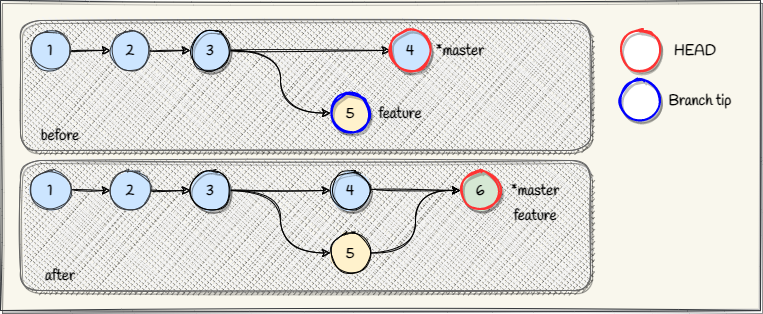
Earlier version of the draw.io export Assets/images/git-merge-concept.png (braboj/tutorial-git). Source tidied: cells renumbered, new cells last; positions are measured from the earlier drawing's top-left corner, leaving out a move shared by most shapes.
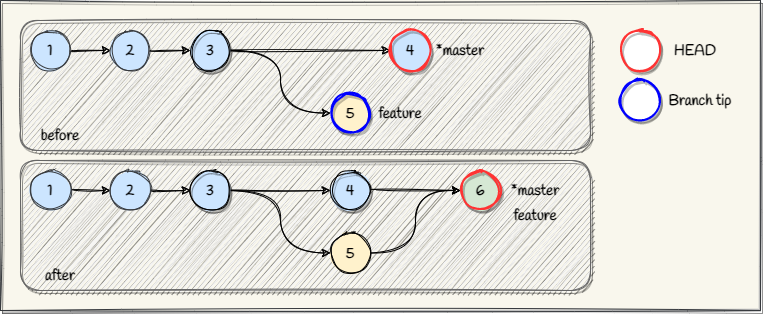
The same diagram one commit later.

Diff of the diagram source:
```diff
@@ -5,7 +5,7 @@
     <mxCell id="2" style="rounded=0;whiteSpace=wrap;html=1;sketch=1;fillStyle=solid;fontFamily=Lucida Console;strokeColor=#36393d;fillColor=#f9f7ed;shadow=1;" parent="1" vertex="1">
       <mxGeometry width="760" height="310" as="geometry" />
     </mxCell>
-    <mxCell id="3" style="rounded=1;whiteSpace=wrap;html=1;sketch=1;fillStyle=cross-hatch;fillColor=#f5f5f5;strokeColor=#666666;shadow=1;fontFamily=Handlee;fontSource=https%3A%2F%2Ffonts.googleapis.com%2Fcss%3Ffamily%3DHandlee;fontSize=15;fontStyle=1;fontColor=#333333;" parent="1" vertex="1">
+    <mxCell id="3" style="rounded=1;whiteSpace=wrap;html=1;sketch=1;fillStyle=hachure;fillColor=#f5f5f5;strokeColor=#666666;shadow=1;fontFamily=Handlee;fontSource=https%3A%2F%2Ffonts.googleapis.com%2Fcss%3Ffamily%3DHandlee;fontSize=15;fontStyle=1;fontColor=#333333;" parent="1" vertex="1">
       <mxGeometry x="20" y="20" width="570" height="130" as="geometry" />
     </mxCell>
     <mxCell id="4" style="edgeStyle=orthogonalEdgeStyle;rounded=0;jettySize=auto;html=1;entryX=0;entryY=0.5;entryDx=0;entryDy=0;sketch=1;curved=1;fontFamily=Handlee;fontSource=https%3A%2F%2Ffonts.googleapis.com%2Fcss%3Ffamily%3DHandlee;fontSize=15;fontStyle=1;" parent="1" edge="1" source="5" target="7">
@@ -44,7 +44,7 @@
     <mxCell id="15" value="4" style="ellipse;whiteSpace=wrap;html=1;sketch=1;rounded=0;fillColor=#cce5ff;strokeColor=#FF3333;fillStyle=solid;strokeWidth=2;shadow=1;fontFamily=Handlee;fontSource=https%3A%2F%2Ffonts.googleapis.com%2Fcss%3Ffamily%3DHandlee;fontSize=15;fontStyle=1;" parent="1" vertex="1">
       <mxGeometry x="390" y="30" width="40" height="40" as="geometry" />
     </mxCell>
-    <mxCell id="16" style="rounded=1;whiteSpace=wrap;html=1;sketch=1;fillStyle=cross-hatch;fillColor=#f5f5f5;strokeColor=#666666;shadow=1;fontFamily=Handlee;fontSource=https%3A%2F%2Ffonts.googleapis.com%2Fcss%3Ffamily%3DHandlee;fontSize=15;fontStyle=1;fontColor=#333333;" parent="1" vertex="1">
+    <mxCell id="16" style="rounded=1;whiteSpace=wrap;html=1;sketch=1;fillStyle=hachure;fillColor=#f5f5f5;strokeColor=#666666;shadow=1;fontFamily=Handlee;fontSource=https%3A%2F%2Ffonts.googleapis.com%2Fcss%3Ffamily%3DHandlee;fontSize=15;fontStyle=1;fontColor=#333333;" parent="1" vertex="1">
       <mxGeometry x="20" y="160" width="570" height="130" as="geometry" />
     </mxCell>
     <mxCell id="17" style="edgeStyle=orthogonalEdgeStyle;rounded=0;jettySize=auto;html=1;entryX=0;entryY=0.5;entryDx=0;entryDy=0;sketch=1;curved=1;fontFamily=Handlee;fontSource=https%3A%2F%2Ffonts.googleapis.com%2Fcss%3Ffamily%3DHandlee;fontSize=15;fontStyle=1;" parent="1" edge="1" source="18" target="20">
```
